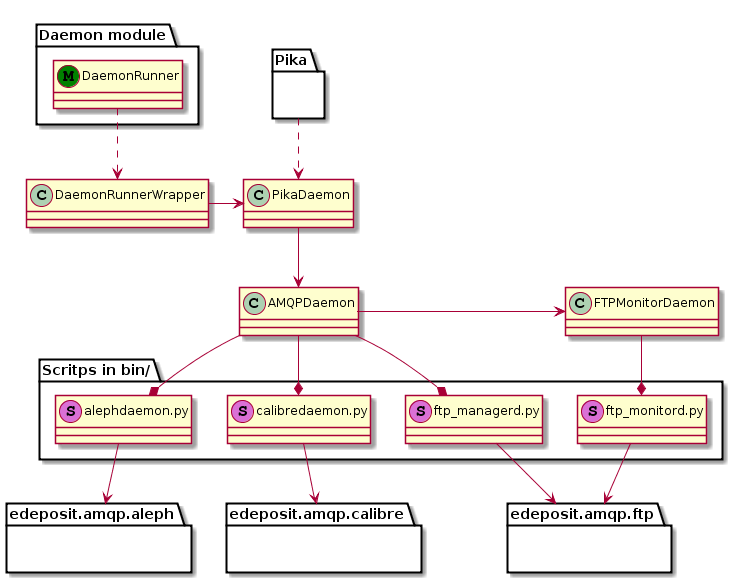
edeposit/edeposit.amqp keeps this PlantUML diagram as docs/_static/structure.png. Above is the earlier version.
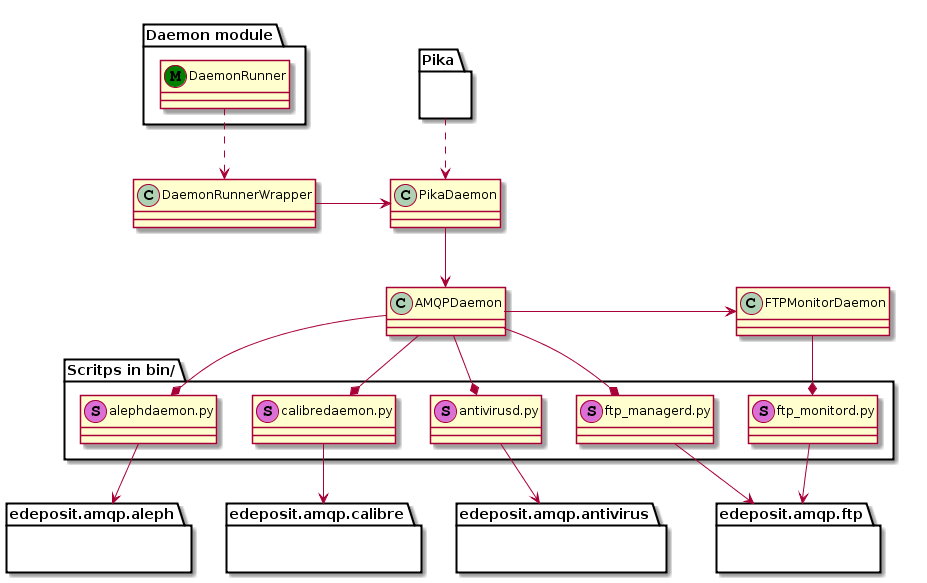
After the change.

Diff of the diagram source:
```diff
@@ -15,6 +15,7 @@
     class "calibredaemon.py" as calibredaemon <<(S, orchid)>>
     class "ftp_managerd.py" as ftp_managerd <<(S, orchid)>>
     class "ftp_monitord.py" as ftp_monitord <<(S, orchid)>>
+    class "antivirusd.py" as antivirusd <<(S, orchid)>>
 }
 
 DaemonRunner ..> DaemonRunnerWrapper
@@ -25,6 +26,7 @@
 AMQPDaemon --* alephdaemon
 AMQPDaemon --* calibredaemon
 AMQPDaemon --* ftp_managerd
+AMQPDaemon --* antivirusd
 FTPMonitorDaemon --* ftp_monitord
 
 package "edeposit.amqp.ftp" as ftp {
@@ -33,9 +35,12 @@
 }
 package "edeposit.amqp.calibre" as calibre {
 }
+package "edeposit.amqp.antivirus" as antivirus {
+}
 
 ftp_managerd -> ftp
 ftp_monitord -> ftp
 alephdaemon -> aleph
 calibredaemon -> calibre
+antivirusd -> antivirus
 @enduml
```
